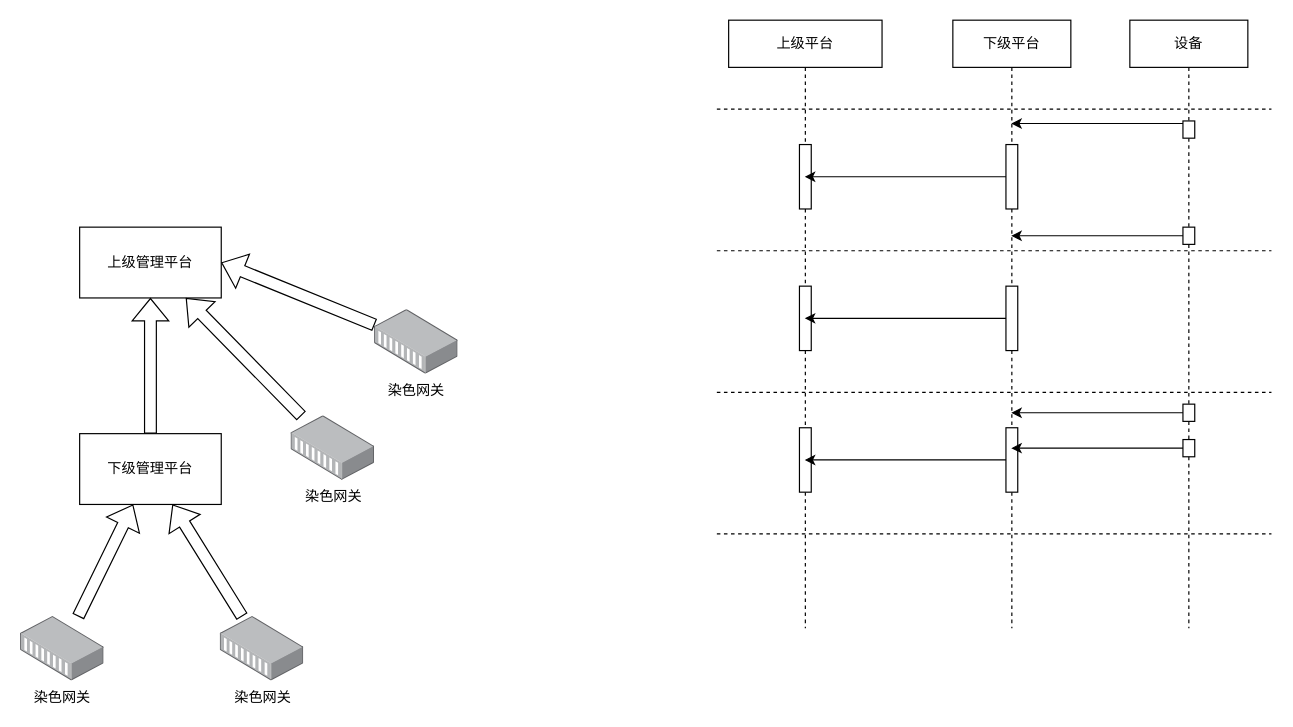
Before: page "Page-1" (1 of 2) of 染色平台.drawio in liubocoder/diagrams, a draw.io diagram. Source tidied: cells renumbered, new cells numbered last; positions are measured from the earlier drawing's top-left corner, leaving out a move shared by most shapes. Both pictures are drawn from the tidied source at 118%, with x=0, y=0 at pixel (20, 20).
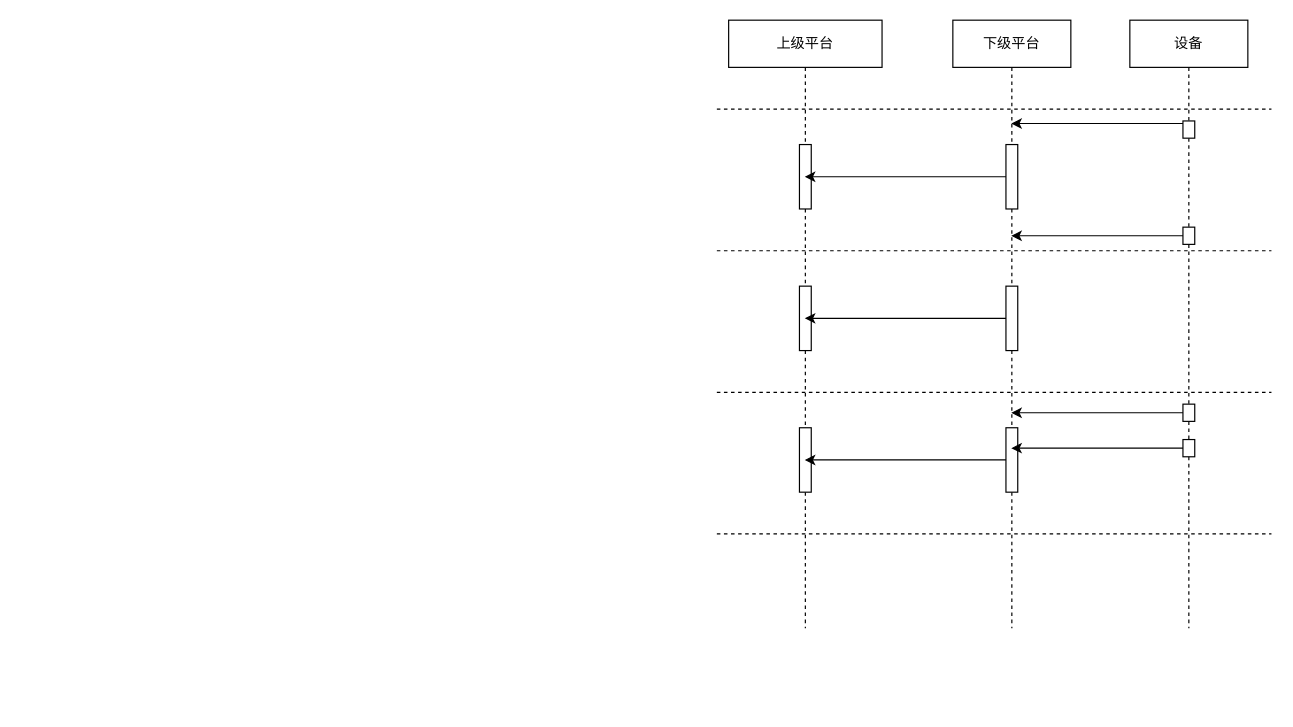
The same diagram, later.

What changed in the source:
```diff
@@
-    <mxCell id="2" value="上级管理平台" style="rounded=0;whiteSpace=wrap;html=1;" parent="1" vertex="1">
-      <mxGeometry x="50" y="175" width="120" height="60" as="geometry" />
-    </mxCell>
-    <mxCell id="3" style="edgeStyle=none;shape=flexArrow;rounded=0;jettySize=auto;html=1;" parent="1" edge="1" source="4" target="2">
-      <mxGeometry relative="1" as="geometry" />
-    </mxCell>
-    <mxCell id="4" value="下级管理平台" style="rounded=0;whiteSpace=wrap;html=1;" parent="1" vertex="1">
-      <mxGeometry x="50" y="350" width="120" height="60" as="geometry" />
-    </mxCell>
-    <mxCell id="5" style="edgeStyle=none;shape=flexArrow;rounded=0;jettySize=auto;html=1;entryX=0.75;entryY=1;entryDx=0;entryDy=0;" parent="1" edge="1" source="6" target="2">
-      <mxGeometry relative="1" as="geometry" />
-    </mxCell>
-    <mxCell id="6" value="染色网关" style="points=[];html=1;align=center;shadow=0;dashed=0;image;image=img/lib/allied_telesis/media_converters/Media_Converter_Modular.svg;" parent="1" vertex="1">
-      <mxGeometry x="229.2" y="335" width="70.8" height="54.6" as="geometry" />
-    </mxCell>
-    <mxCell id="7" style="edgeStyle=none;shape=flexArrow;rounded=0;jettySize=auto;html=1;entryX=1;entryY=0.5;entryDx=0;entryDy=0;" parent="1" edge="1" source="8" target="2">
-      <mxGeometry relative="1" as="geometry" />
-    </mxCell>
-    <mxCell id="8" value="染色网关" style="points=[];html=1;align=center;shadow=0;dashed=0;image;image=img/lib/allied_telesis/media_converters/Media_Converter_Modular.svg;" parent="1" vertex="1">
-      <mxGeometry x="300" y="245" width="70.8" height="54.6" as="geometry" />
-    </mxCell>
-    <mxCell id="9" style="shape=flexArrow;rounded=0;jettySize=auto;html=1;" parent="1" edge="1" source="10" target="4">
-      <mxGeometry relative="1" as="geometry" />
-    </mxCell>
-    <mxCell id="10" value="染色网关" style="points=[];html=1;align=center;shadow=0;dashed=0;image;image=img/lib/allied_telesis/media_converters/Media_Converter_Modular.svg;" parent="1" vertex="1">
-      <mxGeometry y="505" width="70.8" height="54.6" as="geometry" />
-    </mxCell>
-    <mxCell id="11" style="edgeStyle=none;shape=flexArrow;rounded=0;jettySize=auto;html=1;" parent="1" edge="1" source="12" target="4">
-      <mxGeometry relative="1" as="geometry" />
-    </mxCell>
-    <mxCell id="12" value="染色网关" style="points=[];html=1;align=center;shadow=0;dashed=0;image;image=img/lib/allied_telesis/media_converters/Media_Converter_Modular.svg;" parent="1" vertex="1">
-      <mxGeometry x="169.2" y="505" width="70.8" height="54.6" as="geometry" />
-    </mxCell>
```
